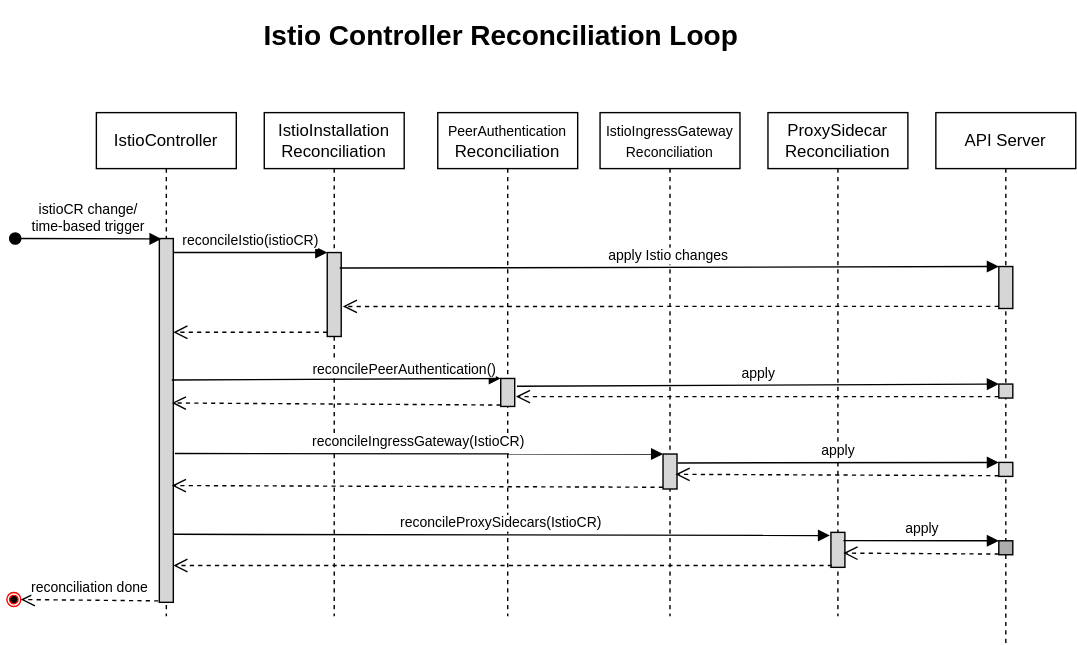
The draw.io diagram docs/assets/istio-controller-reconciliation-loop.svg in kyma-project/istio, before a commit. Source tidied: cells renumbered, new cells last; positions are measured from the earlier drawing's top-left corner, leaving out a move shared by most shapes.
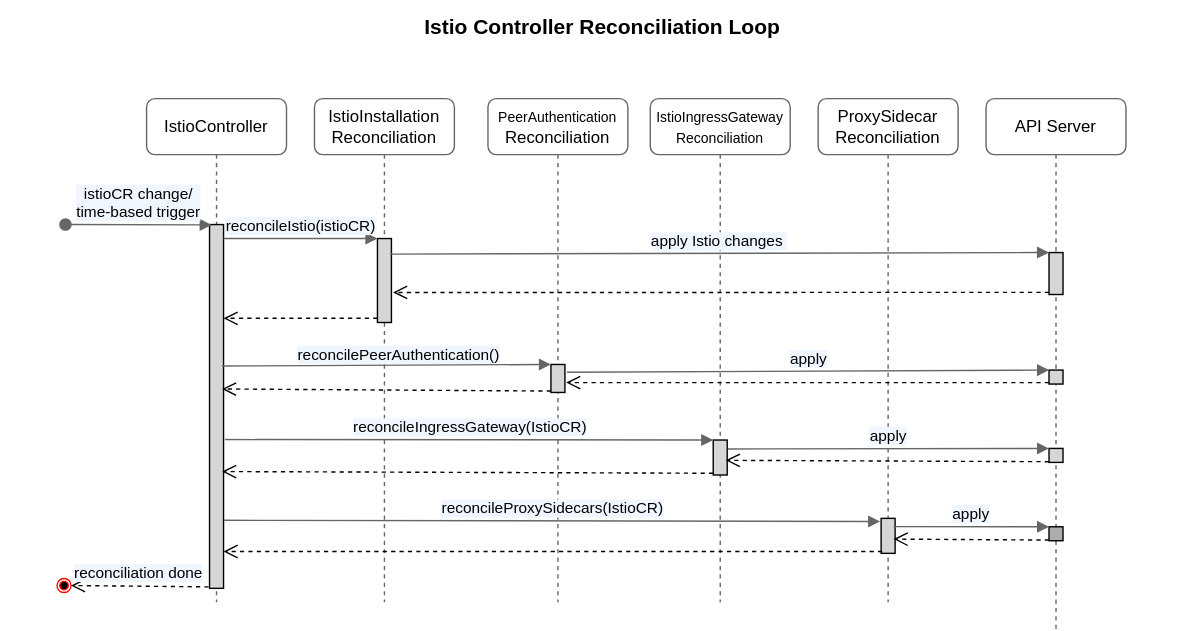
After the commit.

What changed in the source:
```diff
@@ -2,48 +2,48 @@
   <root>
     <mxCell id="0" />
     <mxCell id="1" parent="0" />
-    <mxCell id="2" value="IstioController" style="shape=umlLifeline;perimeter=lifelinePerimeter;whiteSpace=wrap;html=1;" parent="1" vertex="1">
+    <mxCell id="2" value="IstioController" style="shape=umlLifeline;perimeter=lifelinePerimeter;whiteSpace=wrap;html=1;rounded=1;strokeColor=#666666;" parent="1" vertex="1">
       <mxGeometry x="64" y="70" width="100" height="360" as="geometry" />
     </mxCell>
     <mxCell id="3" style="html=1;points=[];perimeter=orthogonalPerimeter;fontSize=10;fillColor=#D6D6D6;" parent="2" vertex="1">
       <mxGeometry x="45" y="90" width="10" height="260" as="geometry" />
     </mxCell>
-    <mxCell id="4" value="IstioInstallation&lt;br&gt;Reconciliation" style="shape=umlLifeline;perimeter=lifelinePerimeter;whiteSpace=wrap;html=1;" parent="1" vertex="1">
+    <mxCell id="4" value="IstioInstallation&lt;br&gt;Reconciliation" style="shape=umlLifeline;perimeter=lifelinePerimeter;whiteSpace=wrap;html=1;rounded=1;strokeColor=#666666;" parent="1" vertex="1">
       <mxGeometry x="184" y="70" width="100" height="360" as="geometry" />
     </mxCell>
     <mxCell id="5" style="html=1;points=[];perimeter=orthogonalPerimeter;fontSize=10;fillColor=#D6D6D6;" parent="4" vertex="1">
       <mxGeometry x="45" y="100" width="10" height="60" as="geometry" />
     </mxCell>
-    <mxCell id="6" value="&lt;font style=&quot;font-size: 10px;&quot;&gt;PeerAuthentication&lt;br&gt;&lt;span style=&quot;font-size: 12px;&quot;&gt;Reconciliation&lt;/span&gt;&lt;br&gt;&lt;/font&gt;" style="shape=umlLifeline;perimeter=lifelinePerimeter;whiteSpace=wrap;html=1;" parent="1" vertex="1">
+    <mxCell id="6" value="&lt;font style=&quot;font-size: 10px;&quot;&gt;PeerAuthentication&lt;br&gt;&lt;span style=&quot;font-size: 12px;&quot;&gt;Reconciliation&lt;/span&gt;&lt;br&gt;&lt;/font&gt;" style="shape=umlLifeline;perimeter=lifelinePerimeter;whiteSpace=wrap;html=1;rounded=1;strokeColor=#666666;" parent="1" vertex="1">
       <mxGeometry x="308" y="70" width="100" height="360" as="geometry" />
     </mxCell>
     <mxCell id="7" style="html=1;points=[];perimeter=orthogonalPerimeter;fontSize=10;fillColor=#D6D6D6;" parent="6" vertex="1">
       <mxGeometry x="45" y="190" width="10" height="20" as="geometry" />
     </mxCell>
-    <mxCell id="8" value="&lt;font style=&quot;font-size: 10px;&quot;&gt;IstioIngressGateway&lt;br&gt;Reconciliation&lt;/font&gt;" style="shape=umlLifeline;perimeter=lifelinePerimeter;whiteSpace=wrap;html=1;" parent="1" vertex="1">
+    <mxCell id="8" value="&lt;font style=&quot;font-size: 10px;&quot;&gt;IstioIngressGateway&lt;br&gt;Reconciliation&lt;/font&gt;" style="shape=umlLifeline;perimeter=lifelinePerimeter;whiteSpace=wrap;html=1;rounded=1;strokeColor=#666666;" parent="1" vertex="1">
       <mxGeometry x="424" y="70" width="100" height="360" as="geometry" />
     </mxCell>
     <mxCell id="9" style="html=1;points=[];perimeter=orthogonalPerimeter;fontSize=10;fillColor=#D6D6D6;" parent="8" vertex="1">
       <mxGeometry x="45" y="244" width="10" height="25" as="geometry" />
     </mxCell>
-    <mxCell id="10" value="ProxySidecar&lt;br&gt;Reconciliation" style="shape=umlLifeline;perimeter=lifelinePerimeter;whiteSpace=wrap;html=1;" parent="1" vertex="1">
+    <mxCell id="10" value="ProxySidecar&lt;br&gt;Reconciliation" style="shape=umlLifeline;perimeter=lifelinePerimeter;whiteSpace=wrap;html=1;rounded=1;strokeColor=#666666;" parent="1" vertex="1">
       <mxGeometry x="544" y="70" width="100" height="360" as="geometry" />
     </mxCell>
     <mxCell id="11" style="html=1;points=[];perimeter=orthogonalPerimeter;fontSize=10;fillColor=#D6D6D6;" parent="10" vertex="1">
       <mxGeometry x="45" y="300" width="10" height="25" as="geometry" />
     </mxCell>
-    <mxCell id="12" value="istioCR change/&lt;br&gt;time-based trigger" style="html=1;verticalAlign=bottom;startArrow=oval;startFill=1;endArrow=block;startSize=8;rounded=0;fontSize=10;entryX=0.152;entryY=0.001;entryDx=0;entryDy=0;entryPerimeter=0;" parent="1" edge="1" target="3">
+    <mxCell id="12" value="istioCR change/&lt;br style=&quot;font-size: 11px;&quot;&gt;time-based trigger" style="html=1;verticalAlign=bottom;startArrow=oval;startFill=1;endArrow=block;startSize=8;rounded=1;fontSize=11;entryX=0.152;entryY=0.001;entryDx=0;entryDy=0;entryPerimeter=0;labelBackgroundColor=#F0F6FF;strokeColor=#666666;" parent="1" edge="1" target="3">
       <mxGeometry relative="1" as="geometry">
         <mxPoint x="6" y="160" as="sourcePoint" />
       </mxGeometry>
     </mxCell>
-    <mxCell id="13" value="reconcileIstio(istioCR)" style="html=1;verticalAlign=bottom;endArrow=block;entryX=0;entryY=0;rounded=0;fontSize=10;" parent="1" edge="1" source="3" target="5">
+    <mxCell id="13" value="reconcileIstio(istioCR)" style="html=1;verticalAlign=bottom;endArrow=block;entryX=0;entryY=0;rounded=1;fontSize=11;labelBackgroundColor=#F0F6FF;strokeColor=#666666;" parent="1" edge="1" source="3" target="5">
       <mxGeometry relative="1" as="geometry" />
     </mxCell>
-    <mxCell id="14" style="html=1;verticalAlign=bottom;endArrow=open;dashed=1;endSize=8;exitX=0;exitY=0.95;rounded=0;fontSize=10;" parent="1" edge="1" source="5" target="3">
+    <mxCell id="14" style="html=1;verticalAlign=bottom;endArrow=open;dashed=1;endSize=8;exitX=0;exitY=0.95;rounded=1;fontSize=10;strokeColor=#000000;" parent="1" edge="1" source="5" target="3">
       <mxGeometry relative="1" as="geometry" />
     </mxCell>
-    <mxCell id="15" value="API Server" style="shape=umlLifeline;perimeter=lifelinePerimeter;whiteSpace=wrap;html=1;" parent="1" vertex="1">
+    <mxCell id="15" value="API Server" style="shape=umlLifeline;perimeter=lifelinePerimeter;whiteSpace=wrap;html=1;rounded=1;strokeColor=#666666;" parent="1" vertex="1">
       <mxGeometry x="664" y="70" width="100" height="380" as="geometry" />
     </mxCell>
     <mxCell id="16" style="html=1;points=[];perimeter=orthogonalPerimeter;fontSize=10;fillColor=#D6D6D6;" parent="15" vertex="1">
@@ -58,61 +58,61 @@
     <mxCell id="19" style="html=1;points=[];perimeter=orthogonalPerimeter;strokeColor=#000000;fontSize=10;fillColor=#ADADAD;" parent="15" vertex="1">
       <mxGeometry x="45" y="306" width="10" height="10" as="geometry" />
     </mxCell>
-    <mxCell id="20" value="apply Istio changes&amp;nbsp;" style="html=1;verticalAlign=bottom;endArrow=block;entryX=0;entryY=0;rounded=0;fontSize=10;exitX=0.893;exitY=0.185;exitDx=0;exitDy=0;exitPerimeter=0;" parent="1" edge="1" source="5" target="16">
+    <mxCell id="20" value="apply Istio changes&amp;nbsp;" style="html=1;verticalAlign=bottom;endArrow=block;entryX=0;entryY=0;rounded=1;fontSize=11;exitX=0.893;exitY=0.185;exitDx=0;exitDy=0;exitPerimeter=0;labelBackgroundColor=#F0F6FF;strokeColor=#666666;" parent="1" edge="1" source="5" target="16">
       <mxGeometry relative="1" as="geometry" />
     </mxCell>
-    <mxCell id="21" style="html=1;verticalAlign=bottom;endArrow=open;dashed=1;endSize=8;exitX=0;exitY=0.95;rounded=0;fontSize=10;entryX=1.115;entryY=0.642;entryDx=0;entryDy=0;entryPerimeter=0;" parent="1" edge="1" source="16" target="5">
+    <mxCell id="21" style="html=1;verticalAlign=bottom;endArrow=open;dashed=1;endSize=8;exitX=0;exitY=0.95;rounded=1;fontSize=10;entryX=1.115;entryY=0.642;entryDx=0;entryDy=0;entryPerimeter=0;strokeColor=#000000;" parent="1" edge="1" source="16" target="5">
       <mxGeometry relative="1" as="geometry" />
     </mxCell>
-    <mxCell id="22" style="html=1;verticalAlign=bottom;endArrow=block;entryX=0;entryY=0;rounded=0;fontSize=10;exitX=0.893;exitY=0.389;exitDx=0;exitDy=0;exitPerimeter=0;" parent="1" edge="1" source="3" target="7">
+    <mxCell id="22" style="html=1;verticalAlign=bottom;endArrow=block;entryX=0;entryY=0;rounded=1;fontSize=10;exitX=0.893;exitY=0.389;exitDx=0;exitDy=0;exitPerimeter=0;strokeColor=#666666;" parent="1" edge="1" source="3" target="7">
       <mxGeometry x="-0.02" y="-11" relative="1" as="geometry" />
     </mxCell>
-    <mxCell id="23" value="reconcilePeerAuthentication()" style="edgeLabel;html=1;align=center;verticalAlign=middle;fontSize=10;" parent="22" vertex="1">
+    <mxCell id="23" value="reconcilePeerAuthentication()" style="edgeLabel;html=1;align=center;verticalAlign=middle;fontSize=11;labelBackgroundColor=#F0F6FF;" parent="22" vertex="1">
       <mxGeometry x="0.4" relative="1" as="geometry">
-        <mxPoint x="2" y="-8" as="offset" />
+        <mxPoint x="-40" y="-9" as="offset" />
       </mxGeometry>
     </mxCell>
-    <mxCell id="24" style="html=1;verticalAlign=bottom;endArrow=open;dashed=1;endSize=8;exitX=0;exitY=0.95;rounded=0;fontSize=10;entryX=0.893;entryY=0.452;entryDx=0;entryDy=0;entryPerimeter=0;" parent="1" edge="1" source="7" target="3">
+    <mxCell id="24" style="html=1;verticalAlign=bottom;endArrow=open;dashed=1;endSize=8;exitX=0;exitY=0.95;rounded=1;fontSize=10;entryX=0.893;entryY=0.452;entryDx=0;entryDy=0;entryPerimeter=0;strokeColor=#000000;" parent="1" edge="1" source="7" target="3">
       <mxGeometry relative="1" as="geometry" />
     </mxCell>
-    <mxCell id="25" value="apply" style="html=1;verticalAlign=bottom;endArrow=block;entryX=0;entryY=0;rounded=0;fontSize=10;exitX=1.159;exitY=0.278;exitDx=0;exitDy=0;exitPerimeter=0;" parent="1" edge="1" source="7" target="17">
+    <mxCell id="25" value="apply" style="html=1;verticalAlign=bottom;endArrow=block;entryX=0;entryY=0;rounded=1;fontSize=11;exitX=1.159;exitY=0.278;exitDx=0;exitDy=0;exitPerimeter=0;labelBackgroundColor=#F0F6FF;strokeColor=#666666;" parent="1" edge="1" source="7" target="17">
       <mxGeometry relative="1" as="geometry" />
     </mxCell>
-    <mxCell id="26" style="html=1;verticalAlign=bottom;endArrow=open;dashed=1;endSize=8;rounded=0;fontSize=10;entryX=1.085;entryY=0.648;entryDx=0;entryDy=0;entryPerimeter=0;" parent="1" edge="1" source="17" target="7">
+    <mxCell id="26" style="html=1;verticalAlign=bottom;endArrow=open;dashed=1;endSize=8;rounded=1;fontSize=10;entryX=1.085;entryY=0.648;entryDx=0;entryDy=0;entryPerimeter=0;strokeColor=#000000;" parent="1" edge="1" source="17" target="7">
       <mxGeometry relative="1" as="geometry" />
     </mxCell>
-    <mxCell id="27" value="reconcileIngressGateway(IstioCR)" style="html=1;verticalAlign=bottom;endArrow=block;entryX=0;entryY=0;rounded=0;fontSize=10;exitX=1.115;exitY=0.591;exitDx=0;exitDy=0;exitPerimeter=0;" parent="1" edge="1" source="3" target="9">
+    <mxCell id="27" value="reconcileIngressGateway(IstioCR)" style="html=1;verticalAlign=bottom;endArrow=block;entryX=0;entryY=0;rounded=1;fontSize=11;exitX=1.115;exitY=0.591;exitDx=0;exitDy=0;exitPerimeter=0;labelBackgroundColor=#F0F6FF;strokeColor=#666666;" parent="1" edge="1" source="3" target="9">
       <mxGeometry relative="1" as="geometry" />
     </mxCell>
-    <mxCell id="28" style="html=1;verticalAlign=bottom;endArrow=open;dashed=1;endSize=8;exitX=0;exitY=0.95;rounded=0;fontSize=10;entryX=0.893;entryY=0.679;entryDx=0;entryDy=0;entryPerimeter=0;" parent="1" edge="1" source="9" target="3">
+    <mxCell id="28" style="html=1;verticalAlign=bottom;endArrow=open;dashed=1;endSize=8;exitX=0;exitY=0.95;rounded=1;fontSize=10;entryX=0.893;entryY=0.679;entryDx=0;entryDy=0;entryPerimeter=0;strokeColor=#000000;" parent="1" edge="1" source="9" target="3">
       <mxGeometry x="-0.12" y="-8" relative="1" as="geometry" />
     </mxCell>
-    <mxCell id="29" value="apply" style="html=1;verticalAlign=bottom;endArrow=block;entryX=0;entryY=0;rounded=0;fontSize=10;exitX=1.041;exitY=0.255;exitDx=0;exitDy=0;exitPerimeter=0;" parent="1" edge="1" source="9" target="18">
+    <mxCell id="29" value="apply" style="html=1;verticalAlign=bottom;endArrow=block;entryX=0;entryY=0;rounded=1;fontSize=11;exitX=1.041;exitY=0.255;exitDx=0;exitDy=0;exitPerimeter=0;labelBackgroundColor=#F0F6FF;strokeColor=#666666;" parent="1" edge="1" source="9" target="18">
       <mxGeometry relative="1" as="geometry" />
     </mxCell>
-    <mxCell id="30" style="html=1;verticalAlign=bottom;endArrow=open;dashed=1;endSize=8;exitX=0;exitY=0.95;rounded=0;fontSize=10;entryX=0.893;entryY=0.581;entryDx=0;entryDy=0;entryPerimeter=0;" parent="1" edge="1" source="18" target="9">
+    <mxCell id="30" style="html=1;verticalAlign=bottom;endArrow=open;dashed=1;endSize=8;exitX=0;exitY=0.95;rounded=1;fontSize=10;entryX=0.893;entryY=0.581;entryDx=0;entryDy=0;entryPerimeter=0;strokeColor=#000000;" parent="1" edge="1" source="18" target="9">
       <mxGeometry relative="1" as="geometry" />
     </mxCell>
-    <mxCell id="31" value="reconcileProxySidecars(IstioCR)" style="html=1;verticalAlign=bottom;endArrow=block;entryX=-0.07;entryY=0.089;rounded=0;fontSize=10;entryDx=0;entryDy=0;entryPerimeter=0;exitX=1.041;exitY=0.813;exitDx=0;exitDy=0;exitPerimeter=0;" parent="1" edge="1" source="3" target="11">
+    <mxCell id="31" value="reconcileProxySidecars(IstioCR)" style="html=1;verticalAlign=bottom;endArrow=block;entryX=-0.07;entryY=0.089;rounded=1;fontSize=11;entryDx=0;entryDy=0;entryPerimeter=0;exitX=1.041;exitY=0.813;exitDx=0;exitDy=0;exitPerimeter=0;labelBackgroundColor=#F0F6FF;strokeColor=#666666;" parent="1" edge="1" source="3" target="11">
       <mxGeometry relative="1" as="geometry" />
     </mxCell>
-    <mxCell id="32" style="html=1;verticalAlign=bottom;endArrow=open;dashed=1;endSize=8;exitX=0.078;exitY=0.948;rounded=0;fontSize=10;exitDx=0;exitDy=0;exitPerimeter=0;" parent="1" edge="1" source="11" target="3">
+    <mxCell id="32" style="html=1;verticalAlign=bottom;endArrow=open;dashed=1;endSize=8;exitX=0.078;exitY=0.948;rounded=1;fontSize=10;exitDx=0;exitDy=0;exitPerimeter=0;strokeColor=#000000;" parent="1" edge="1" source="11" target="3">
       <mxGeometry x="-0.12" y="-8" relative="1" as="geometry" />
     </mxCell>
-    <mxCell id="33" value="apply" style="html=1;verticalAlign=bottom;endArrow=block;entryX=0;entryY=0;rounded=0;fontSize=10;exitX=0.893;exitY=0.237;exitDx=0;exitDy=0;exitPerimeter=0;" parent="1" edge="1" source="11" target="19">
+    <mxCell id="33" value="apply" style="html=1;verticalAlign=bottom;endArrow=block;entryX=0;entryY=0;rounded=1;fontSize=11;exitX=0.893;exitY=0.237;exitDx=0;exitDy=0;exitPerimeter=0;labelBackgroundColor=#F0F6FF;strokeColor=#666666;" parent="1" edge="1" source="11" target="19">
       <mxGeometry relative="1" as="geometry" />
     </mxCell>
-    <mxCell id="34" style="html=1;verticalAlign=bottom;endArrow=open;dashed=1;endSize=8;exitX=0;exitY=0.95;rounded=0;fontSize=10;entryX=0.893;entryY=0.593;entryDx=0;entryDy=0;entryPerimeter=0;" parent="1" edge="1" source="19" target="11">
+    <mxCell id="34" style="html=1;verticalAlign=bottom;endArrow=open;dashed=1;endSize=8;exitX=0;exitY=0.95;rounded=1;fontSize=10;entryX=0.893;entryY=0.593;entryDx=0;entryDy=0;entryPerimeter=0;strokeColor=#000000;" parent="1" edge="1" source="19" target="11">
       <mxGeometry relative="1" as="geometry" />
     </mxCell>
-    <mxCell id="35" style="ellipse;html=1;shape=endState;fillColor=#000000;strokeColor=#ff0000;fontSize=10;" parent="1" vertex="1">
-      <mxGeometry y="413" width="10" height="10" as="geometry" />
-    </mxCell>
+    <mxCell id="38" style="ellipse;html=1;shape=endState;fillColor=#000000;strokeColor=#ff0000;fontSize=10;" parent="1" vertex="1">
+      <mxGeometry y="413" width="10" height="10" as="geometry" />
+    </mxCell>
-    <mxCell id="36" value="reconciliation done" style="html=1;verticalAlign=bottom;endArrow=open;dashed=1;endSize=8;rounded=0;fontSize=10;exitX=-0.07;exitY=0.996;exitDx=0;exitDy=0;exitPerimeter=0;entryX=1;entryY=0.5;entryDx=0;entryDy=0;" parent="1" edge="1" source="3" target="35">
+    <mxCell id="36" value="reconciliation done" style="html=1;verticalAlign=bottom;endArrow=open;dashed=1;endSize=8;rounded=0;fontSize=11;exitX=-0.07;exitY=0.996;exitDx=0;exitDy=0;exitPerimeter=0;entryX=1;entryY=0.5;entryDx=0;entryDy=0;labelBackgroundColor=#F0F6FF;" parent="1" edge="1" source="3" target="38">
       <mxGeometry relative="1" as="geometry" />
     </mxCell>
-    <mxCell id="37" value="&lt;h1&gt;Istio Controller Reconciliation Loop&lt;/h1&gt;" style="text;html=1;strokeColor=none;fillColor=none;spacing=5;spacingTop=-20;whiteSpace=wrap;overflow=hidden;rounded=0;fontSize=10;" parent="1" vertex="1">
-      <mxGeometry x="179.2" width="357.5" height="30" as="geometry" />
+    <mxCell id="37" value="&lt;h1 style=&quot;font-size: 15px;&quot;&gt;Istio Controller Reconciliation Loop&lt;/h1&gt;" style="text;html=1;strokeColor=none;fillColor=none;spacing=5;spacingTop=-20;whiteSpace=wrap;overflow=hidden;rounded=0;fontSize=15;align=center;" parent="1" vertex="1">
+      <mxGeometry x="-40" y="10" width="860" height="30" as="geometry" />
     </mxCell>
   </root>
 </mxGraphModel>
```
